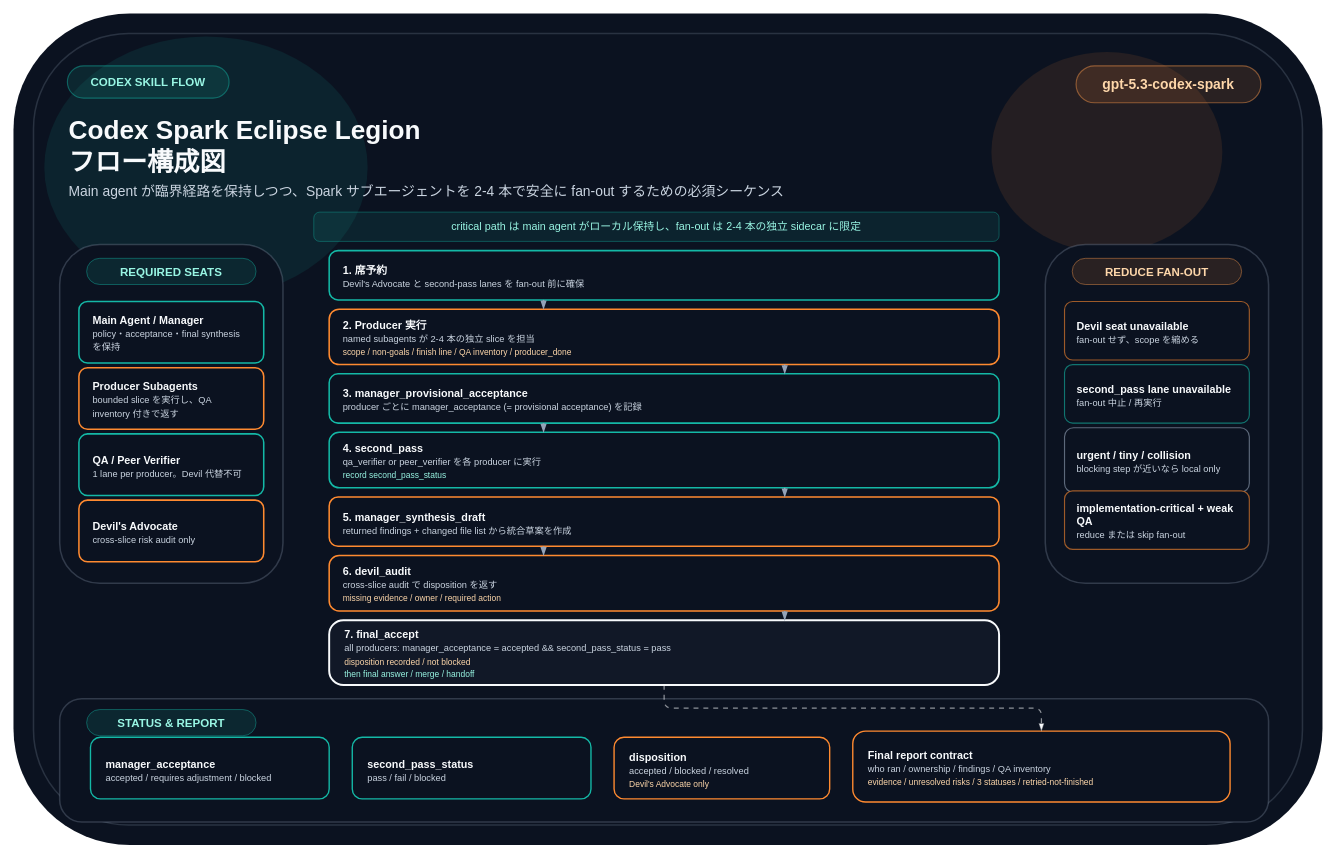
Earlier version of the draw.io diagram docs/public/legion-orchestration-flow.drawio (Sunwood-ai-labs/codex-spark-eclipse-legion). Source tidied: cells renumbered, new cells numbered last; positions are measured from the earlier drawing's top-left corner, leaving out a move shared by most shapes. Both pictures are drawn from the tidied source at 77%, with x=0, y=0 at pixel (13, 13).
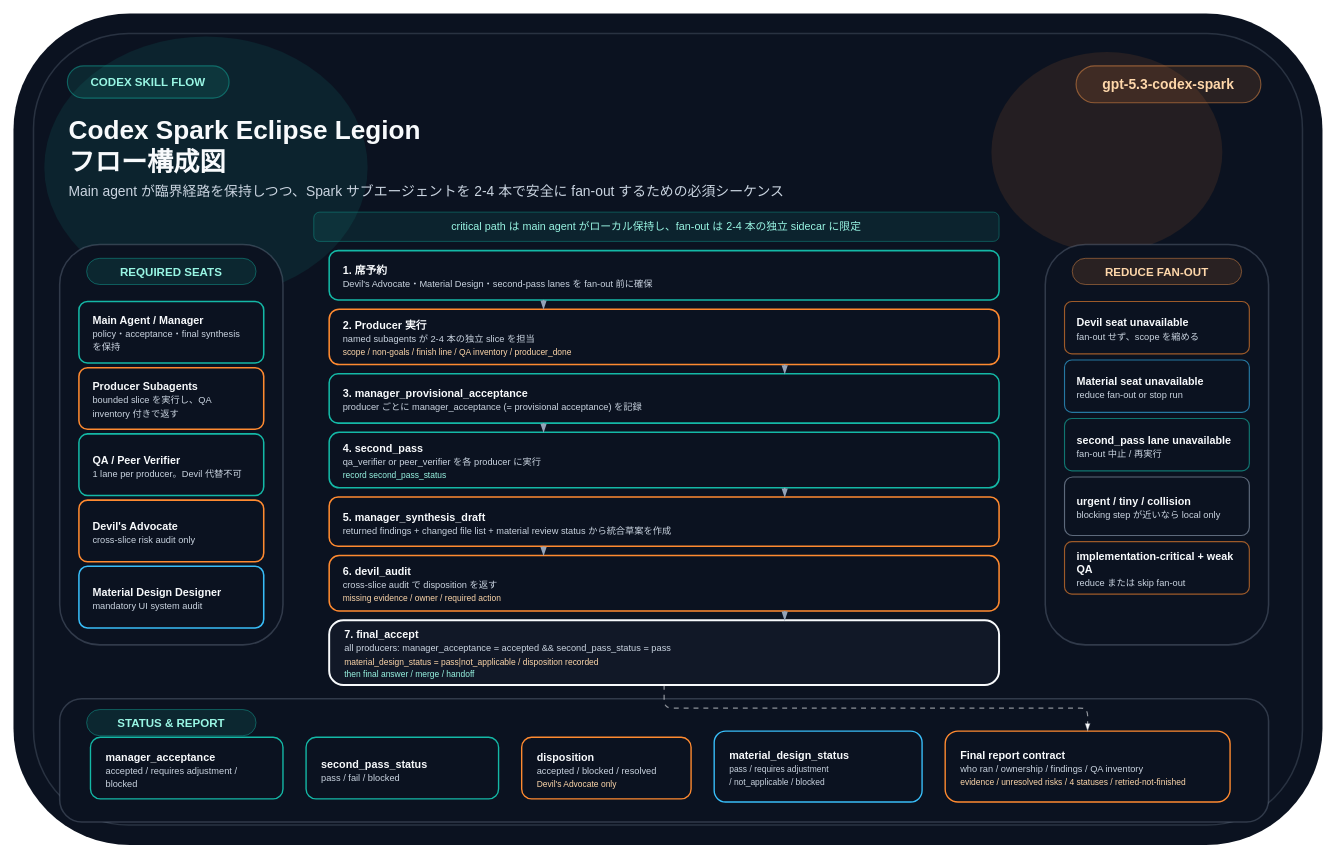
The same diagram, later.

Change to the diagram source:
```diff
@@
     <mxCell id="11" style="rounded=1;whiteSpace=wrap;html=1;arcSize=18;fillColor=#0F1726;gradientColor=#0B1220;gradientDirection=southEast;strokeColor=#94A3B8;strokeOpacity=28;strokeWidth=2;" parent="1" vertex="1">
-      <mxGeometry x="60" y="300" width="290" height="440" as="geometry" />
+      <mxGeometry x="60" y="300" width="290" height="520" as="geometry" />
     </mxCell>
     <mxCell id="12" style="rounded=1;whiteSpace=wrap;html=1;arcSize=18;fillColor=#101827;gradientColor=#0B1220;gradientDirection=southEast;strokeColor=#94A3B8;strokeOpacity=28;strokeWidth=2;" parent="1" vertex="1">
-      <mxGeometry x="1340" y="300" width="290" height="440" as="geometry" />
+      <mxGeometry x="1340" y="300" width="290" height="520" as="geometry" />
     </mxCell>
@@
+    <mxCell id="43" value="&lt;b&gt;Material Design Designer&lt;/b&gt;&lt;br&gt;&lt;font style='font-size:12px;color:#CBD5E1'&gt;mandatory UI system audit&lt;/font&gt;" style="rounded=1;whiteSpace=wrap;html=1;arcSize=14;fillColor=#111827;gradientColor=#0B1220;gradientDirection=southEast;strokeColor=#38BDF8;strokeWidth=2;fontFamily=Noto Sans JP;fontSize=14;fontColor=#F8FAFC;align=left;verticalAlign=middle;spacingTop=10;spacingLeft=16;spacingRight=16;spacingBottom=6;" parent="1" vertex="1">
+      <mxGeometry x="85" y="718" width="240" height="80" as="geometry" />
+    </mxCell>
@@
     <mxCell id="20" value="&lt;b&gt;Devil seat unavailable&lt;/b&gt;&lt;br&gt;&lt;font style='font-size:12px;color:#CBD5E1'&gt;fan-out せず、scope を縮める&lt;/font&gt;" style="rounded=1;whiteSpace=wrap;html=1;arcSize=14;fillColor=#111827;gradientColor=#0B1220;gradientDirection=southEast;strokeColor=#FF8A30;strokeOpacity=60;strokeWidth=1.5;fontFamily=Noto Sans JP;fontSize=14;fontColor=#F8FAFC;align=left;verticalAlign=middle;spacingTop=10;spacingLeft=14;spacingRight=14;spacingBottom=6;" parent="1" vertex="1">
-      <mxGeometry x="1365" y="374" width="240" height="76" as="geometry" />
+      <mxGeometry x="1365" y="374" width="240" height="68" as="geometry" />
     </mxCell>
+    <mxCell id="44" value="&lt;b&gt;Material seat unavailable&lt;/b&gt;&lt;br&gt;&lt;font style='font-size:12px;color:#CBD5E1'&gt;reduce fan-out or stop run&lt;/font&gt;" style="rounded=1;whiteSpace=wrap;html=1;arcSize=14;fillColor=#111827;gradientColor=#0B1220;gradientDirection=southEast;strokeColor=#38BDF8;strokeOpacity=60;strokeWidth=1.5;fontFamily=Noto Sans JP;fontSize=14;fontColor=#F8FAFC;align=left;verticalAlign=middle;spacingTop=10;spacingLeft=14;spacingRight=14;spacingBottom=6;" parent="1" vertex="1">
+      <mxGeometry x="1365" y="450" width="240" height="68" as="geometry" />
+    </mxCell>
     <mxCell id="21" value="&lt;b&gt;second_pass lane unavailable&lt;/b&gt;&lt;br&gt;&lt;font style='font-size:12px;color:#CBD5E1'&gt;fan-out 中止 / 再実行&lt;/font&gt;" style="rounded=1;whiteSpace=wrap;html=1;arcSize=14;fillColor=#111827;gradientColor=#0B1220;gradientDirection=southEast;strokeColor=#14B8A6;strokeOpacity=60;strokeWidth=1.5;fontFamily=Noto Sans JP;fontSize=14;fontColor=#F8FAFC;align=left;verticalAlign=middle;spacingTop=10;spacingLeft=14;spacingRight=14;spacingBottom=6;" parent="1" vertex="1">
-      <mxGeometry x="1365" y="456" width="240" height="76" as="geometry" />
+      <mxGeometry x="1365" y="526" width="240" height="68" as="geometry" />
     </mxCell>
     <mxCell id="22" value="&lt;b&gt;urgent / tiny / collision&lt;/b&gt;&lt;br&gt;&lt;font style='font-size:12px;color:#CBD5E1'&gt;blocking step が近いなら local only&lt;/font&gt;" style="rounded=1;whiteSpace=wrap;html=1;arcSize=14;fillColor=#111827;gradientColor=#0B1220;gradientDirection=southEast;strokeColor=#94A3B8;strokeOpacity=60;strokeWidth=1.5;fontFamily=Noto Sans JP;fontSize=14;fontColor=#F8FAFC;align=left;verticalAlign=middle;spacingTop=10;spacingLeft=14;spacingRight=14;spacingBottom=6;" parent="1" vertex="1">
-      <mxGeometry x="1365" y="538" width="240" height="84" as="geometry" />
+      <mxGeometry x="1365" y="602" width="240" height="76" as="geometry" />
     </mxCell>
     <mxCell id="23" value="&lt;b&gt;implementation-critical + weak QA&lt;/b&gt;&lt;br&gt;&lt;font style='font-size:12px;color:#CBD5E1'&gt;reduce または skip fan-out&lt;/font&gt;" style="rounded=1;whiteSpace=wrap;html=1;arcSize=14;fillColor=#111827;gradientColor=#0B1220;gradientDirection=southEast;strokeColor=#FF8A30;strokeOpacity=60;strokeWidth=1.5;fontFamily=Noto Sans JP;fontSize=14;fontColor=#F8FAFC;align=left;verticalAlign=middle;spacingTop=10;spacingLeft=14;spacingRight=14;spacingBottom=6;" parent="1" vertex="1">
-      <mxGeometry x="1365" y="620" width="240" height="76" as="geometry" />
+      <mxGeometry x="1365" y="686" width="240" height="68" as="geometry" />
     </mxCell>
-    <mxCell id="24" value="&lt;b&gt;1. 席予約&lt;/b&gt;&lt;br&gt;&lt;font style='font-size:12px;color:#CBD5E1'&gt;Devil's Advocate と second-pass lanes を fan-out 前に確保&lt;/font&gt;" style="rounded=1;whiteSpace=wrap;html=1;arcSize=18;fillColor=#111827;gradientColor=#0B1220;gradientDirection=southEast;strokeColor=#14B8A6;strokeWidth=2;fontFamily=Noto Sans JP;fontSize=14;fontColor=#F8FAFC;align=left;verticalAlign=middle;spacingTop=10;spacingLeft=16;spacingRight=14;spacingBottom=6;" parent="1" vertex="1">
+    <mxCell id="24" value="&lt;b&gt;1. 席予約&lt;/b&gt;&lt;br&gt;&lt;font style='font-size:12px;color:#CBD5E1'&gt;Devil's Advocate・Material Design・second-pass lanes を fan-out 前に確保&lt;/font&gt;" style="rounded=1;whiteSpace=wrap;html=1;arcSize=18;fillColor=#111827;gradientColor=#0B1220;gradientDirection=southEast;strokeColor=#14B8A6;strokeWidth=2;fontFamily=Noto Sans JP;fontSize=14;fontColor=#F8FAFC;align=left;verticalAlign=middle;spacingTop=10;spacingLeft=16;spacingRight=14;spacingBottom=6;" parent="1" vertex="1">
       <mxGeometry x="410" y="308" width="870" height="64" as="geometry" />
     </mxCell>
@@
-    <mxCell id="28" value="&lt;b&gt;5. manager_synthesis_draft&lt;/b&gt;&lt;br&gt;&lt;font style='font-size:12px;color:#CBD5E1'&gt;returned findings + changed file list から統合草案を作成&lt;/font&gt;" style="rounded=1;whiteSpace=wrap;html=1;arcSize=18;fillColor=#111827;gradientColor=#0B1220;gradientDirection=southEast;strokeColor=#FF8A30;strokeWidth=2;fontFamily=Noto Sans JP;fontSize=14;fontColor=#F8FAFC;align=left;verticalAlign=middle;spacingTop=10;spacingLeft=16;spacingRight=14;spacingBottom=6;" parent="1" vertex="1">
+    <mxCell id="28" value="&lt;b&gt;5. manager_synthesis_draft&lt;/b&gt;&lt;br&gt;&lt;font style='font-size:12px;color:#CBD5E1'&gt;returned findings + changed file list + material review status から統合草案を作成&lt;/font&gt;" style="rounded=1;whiteSpace=wrap;html=1;arcSize=18;fillColor=#111827;gradientColor=#0B1220;gradientDirection=southEast;strokeColor=#FF8A30;strokeWidth=2;fontFamily=Noto Sans JP;fontSize=14;fontColor=#F8FAFC;align=left;verticalAlign=middle;spacingTop=10;spacingLeft=16;spacingRight=14;spacingBottom=6;" parent="1" vertex="1">
       <mxGeometry x="410" y="628" width="870" height="64" as="geometry" />
     </mxCell>
@@
-    <mxCell id="30" value="&lt;b&gt;7. final_accept&lt;/b&gt;&lt;br&gt;&lt;font style='font-size:12px;color:#CBD5E1'&gt;all producers: manager_acceptance = accepted &amp;&amp; second_pass_status = pass&lt;/font&gt;&lt;br&gt;&lt;font style='font-size:11px;color:#FED7AA'&gt;disposition recorded / not blocked&lt;/font&gt;&lt;br&gt;&lt;font style='font-size:11px;color:#99F6E4'&gt;then final answer / merge / handoff&lt;/font&gt;" style="rounded=1;whiteSpace=wrap;html=1;arcSize=22;fillColor=#0B1220;gradientColor=#111827;gradientDirection=southEast;strokeColor=#F8FAFC;strokeWidth=2.5;fontFamily=Noto Sans JP;fontSize=14;fontColor=#F8FAFC;align=left;verticalAlign=middle;spacingTop=10;spacingLeft=18;spacingRight=16;spacingBottom=6;" parent="1" vertex="1">
+    <mxCell id="30" value="&lt;b&gt;7. final_accept&lt;/b&gt;&lt;br&gt;&lt;font style='font-size:12px;color:#CBD5E1'&gt;all producers: manager_acceptance = accepted &amp;&amp; second_pass_status = pass&lt;/font&gt;&lt;br&gt;&lt;font style='font-size:11px;color:#FED7AA'&gt;material_design_status = pass|not_applicable / disposition recorded&lt;/font&gt;&lt;br&gt;&lt;font style='font-size:11px;color:#99F6E4'&gt;then final answer / merge / handoff&lt;/font&gt;" style="rounded=1;whiteSpace=wrap;html=1;arcSize=22;fillColor=#0B1220;gradientColor=#111827;gradientDirection=southEast;strokeColor=#F8FAFC;strokeWidth=2.5;fontFamily=Noto Sans JP;fontSize=14;fontColor=#F8FAFC;align=left;verticalAlign=middle;spacingTop=10;spacingLeft=18;spacingRight=16;spacingBottom=6;" parent="1" vertex="1">
       <mxGeometry x="410" y="788" width="870" height="84" as="geometry" />
     </mxCell>
@@
     <mxCell id="32" value="&lt;b&gt;manager_acceptance&lt;/b&gt;&lt;br&gt;&lt;font style='font-size:12px;color:#CBD5E1'&gt;accepted / requires adjustment / blocked&lt;/font&gt;" style="rounded=1;whiteSpace=wrap;html=1;arcSize=16;fillColor=#111827;gradientColor=#0B1220;gradientDirection=southEast;strokeColor=#14B8A6;strokeWidth=1.8;fontFamily=Noto Sans JP;fontSize=14;fontColor=#F8FAFC;align=left;verticalAlign=middle;spacingTop=12;spacingLeft=18;spacingRight=16;spacingBottom=6;" parent="1" vertex="1">
-      <mxGeometry x="100" y="940" width="310" height="80" as="geometry" />
+      <mxGeometry x="100" y="940" width="250" height="80" as="geometry" />
     </mxCell>
     <mxCell id="33" value="&lt;b&gt;second_pass_status&lt;/b&gt;&lt;br&gt;&lt;font style='font-size:12px;color:#CBD5E1'&gt;pass / fail / blocked&lt;/font&gt;" style="rounded=1;whiteSpace=wrap;html=1;arcSize=16;fillColor=#111827;gradientColor=#0B1220;gradientDirection=southEast;strokeColor=#14B8A6;strokeWidth=1.8;fontFamily=Noto Sans JP;fontSize=14;fontColor=#F8FAFC;align=left;verticalAlign=middle;spacingTop=12;spacingLeft=18;spacingRight=16;spacingBottom=6;" parent="1" vertex="1">
-      <mxGeometry x="440" y="940" width="310" height="80" as="geometry" />
+      <mxGeometry x="380" y="940" width="250" height="80" as="geometry" />
     </mxCell>
     <mxCell id="34" value="&lt;b&gt;disposition&lt;/b&gt;&lt;br&gt;&lt;font style='font-size:12px;color:#CBD5E1'&gt;accepted / blocked / resolved&lt;/font&gt;&lt;br&gt;&lt;font style='font-size:11px;color:#FED7AA'&gt;Devil's Advocate only&lt;/font&gt;" style="rounded=1;whiteSpace=wrap;html=1;arcSize=16;fillColor=#111827;gradientColor=#0B1220;gradientDirection=southEast;strokeColor=#FF8A30;strokeWidth=1.8;fontFamily=Noto Sans JP;fontSize=14;fontColor=#F8FAFC;align=left;verticalAlign=middle;spacingTop=12;spacingLeft=18;spacingRight=16;spacingBottom=6;" parent="1" vertex="1">
-      <mxGeometry x="780" y="940" width="280" height="80" as="geometry" />
+      <mxGeometry x="660" y="940" width="220" height="80" as="geometry" />
     </mxCell>
+    <mxCell id="45" value="&lt;b&gt;material_design_status&lt;/b&gt;&lt;br&gt;&lt;font style='font-size:11px;color:#CBD5E1'&gt;pass / requires adjustment&lt;br&gt;/ not_applicable / blocked&lt;/font&gt;" style="rounded=1;whiteSpace=wrap;html=1;arcSize=16;fillColor=#111827;gradientColor=#0B1220;gradientDirection=southEast;strokeColor=#38BDF8;strokeWidth=1.8;fontFamily=Noto Sans JP;fontSize=14;fontColor=#F8FAFC;align=left;verticalAlign=middle;spacingTop=12;spacingLeft=18;spacingRight=16;spacingBottom=6;" parent="1" vertex="1">
+      <mxGeometry x="910" y="932" width="270" height="92" as="geometry" />
+    </mxCell>
-    <mxCell id="35" value="&lt;b&gt;Final report contract&lt;/b&gt;&lt;br&gt;&lt;font style='font-size:12px;color:#CBD5E1'&gt;who ran / ownership / findings / QA inventory&lt;/font&gt;&lt;br&gt;&lt;font style='font-size:11px;color:#FED7AA'&gt;evidence / unresolved risks / 3 statuses / retried-not-finished&lt;/font&gt;" style="rounded=1;whiteSpace=wrap;html=1;arcSize=18;fillColor=#111827;gradientColor=#0B1220;gradientDirection=southEast;strokeColor=#FF8A30;strokeWidth=1.8;fontFamily=Noto Sans JP;fontSize=14;fontColor=#F8FAFC;align=left;verticalAlign=middle;spacingTop=12;spacingLeft=18;spacingRight=16;spacingBottom=6;" parent="1" vertex="1">
-      <mxGeometry x="1090" y="932" width="490" height="92" as="geometry" />
+    <mxCell id="35" value="&lt;b&gt;Final report contract&lt;/b&gt;&lt;br&gt;&lt;font style='font-size:12px;color:#CBD5E1'&gt;who ran / ownership / findings / QA inventory&lt;/font&gt;&lt;br&gt;&lt;font style='font-size:11px;color:#FED7AA'&gt;evidence / unresolved risks / 4 statuses / retried-not-finished&lt;/font&gt;" style="rounded=1;whiteSpace=wrap;html=1;arcSize=18;fillColor=#111827;gradientColor=#0B1220;gradientDirection=southEast;strokeColor=#FF8A30;strokeWidth=1.8;fontFamily=Noto Sans JP;fontSize=14;fontColor=#F8FAFC;align=left;verticalAlign=middle;spacingTop=12;spacingLeft=18;spacingRight=16;spacingBottom=6;" parent="1" vertex="1">
+      <mxGeometry x="1210" y="932" width="370" height="92" as="geometry" />
     </mxCell>
```
